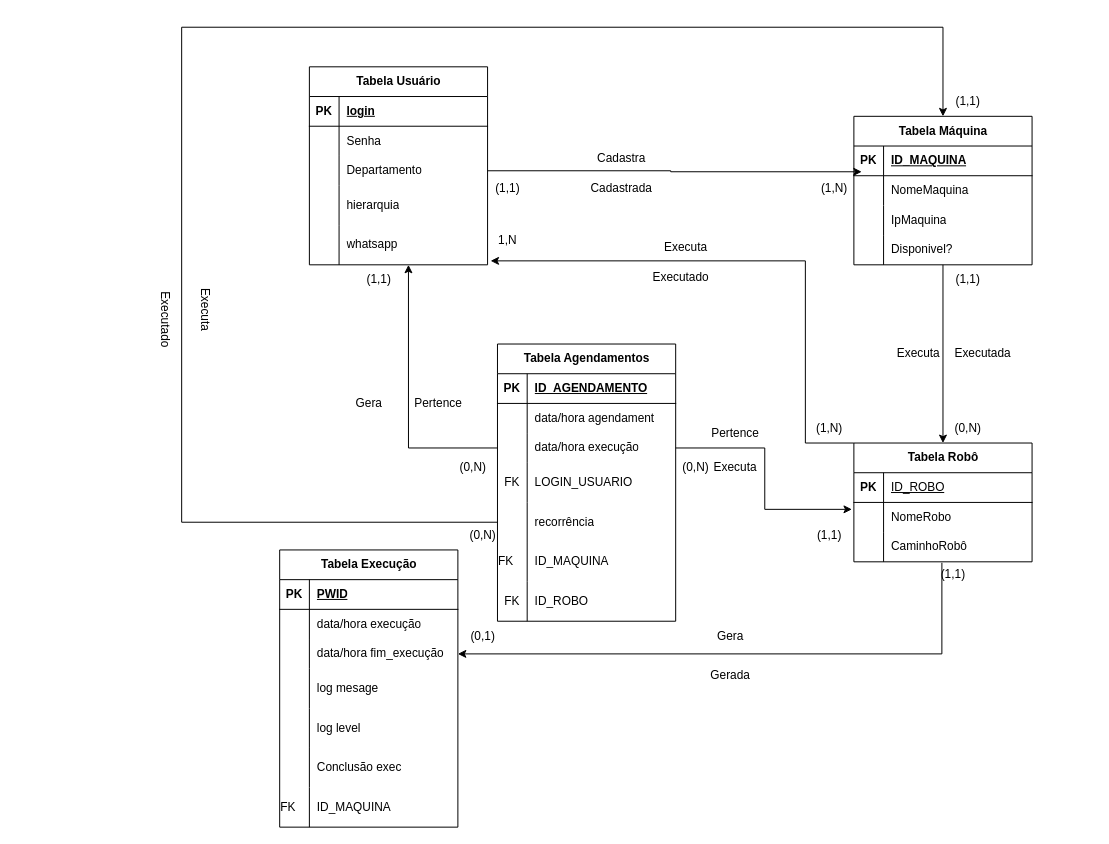
This is database/Modelo Lógico/Modelo Lógico.drawio from BrunodCreator/puppet_master, a draw.io file, before an edit. Source tidied: cells renumbered, new cells numbered last; positions are measured from the earlier drawing's top-left corner, leaving out a move shared by most shapes. Both pictures are drawn from the tidied source at 99%, with x=0, y=0 at pixel (126, 27).
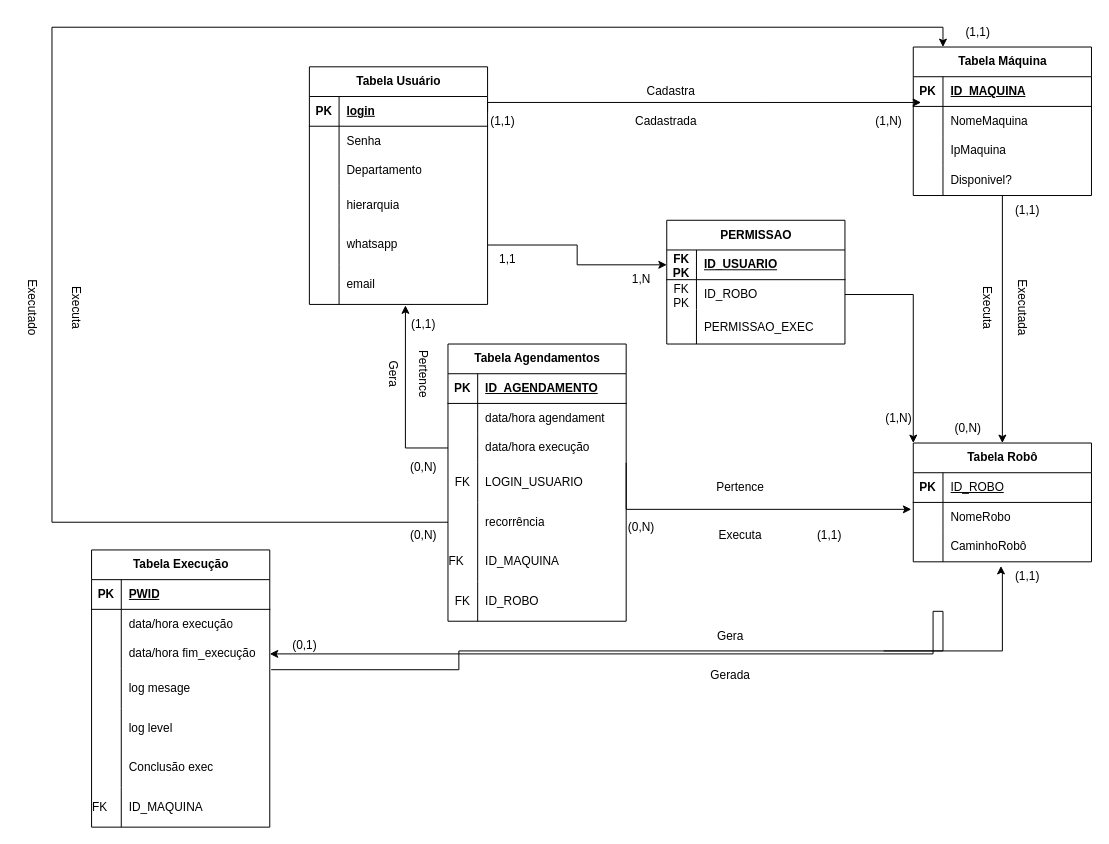
After the change.

The change refers to these unchanged cells:
```xml
<mxCell id="3" style="shape=tableRow;horizontal=0;startSize=0;swimlaneHead=0;swimlaneBody=0;fillColor=none;points=[[0,0.5],[1,0.5]];portConstraint=eastwest;top=0;left=0;right=0;bottom=1;" parent="2" vertex="1">
  <mxGeometry y="30" width="180" height="30" as="geometry" />
</mxCell>
<mxCell id="9" style="shape=tableRow;horizontal=0;startSize=0;swimlaneHead=0;swimlaneBody=0;fillColor=none;points=[[0,0.5],[1,0.5]];portConstraint=eastwest;top=0;left=0;right=0;bottom=0;" parent="2" vertex="1">
  <mxGeometry y="90" width="180" height="30" as="geometry" />
</mxCell>
<mxCell id="15" style="shape=tableRow;horizontal=0;startSize=0;swimlaneHead=0;swimlaneBody=0;fillColor=none;points=[[0,0.5],[1,0.5]];portConstraint=eastwest;top=0;left=0;right=0;bottom=0;" parent="2" vertex="1">
  <mxGeometry y="160" width="180" height="40" as="geometry" />
</mxCell>
<mxCell id="20" style="shape=tableRow;horizontal=0;startSize=0;swimlaneHead=0;swimlaneBody=0;fillColor=none;points=[[0,0.5],[1,0.5]];portConstraint=eastwest;top=0;left=0;right=0;bottom=1;" parent="19" vertex="1">
  <mxGeometry y="30" width="180" height="30" as="geometry" />
</mxCell>
<mxCell id="37" style="shape=tableRow;horizontal=0;startSize=0;swimlaneHead=0;swimlaneBody=0;fillColor=none;points=[[0,0.5],[1,0.5]];portConstraint=eastwest;top=0;left=0;right=0;bottom=0;" parent="33" vertex="1">
  <mxGeometry y="60" width="180" height="30" as="geometry" />
</mxCell>
<mxCell id="40" style="shape=tableRow;horizontal=0;startSize=0;swimlaneHead=0;swimlaneBody=0;fillColor=none;points=[[0,0.5],[1,0.5]];portConstraint=eastwest;top=0;left=0;right=0;bottom=0;" parent="33" vertex="1">
  <mxGeometry y="90" width="180" height="30" as="geometry" />
</mxCell>
<mxCell id="50" style="shape=tableRow;horizontal=0;startSize=0;swimlaneHead=0;swimlaneBody=0;fillColor=none;points=[[0,0.5],[1,0.5]];portConstraint=eastwest;top=0;left=0;right=0;bottom=0;" parent="43" vertex="1">
  <mxGeometry y="90" width="180" height="30" as="geometry" />
</mxCell>
<mxCell id="53" style="shape=tableRow;horizontal=0;startSize=0;swimlaneHead=0;swimlaneBody=0;fillColor=none;points=[[0,0.5],[1,0.5]];portConstraint=eastwest;top=0;left=0;right=0;bottom=0;" parent="43" vertex="1">
  <mxGeometry y="120" width="180" height="40" as="geometry" />
</mxCell>
<mxCell id="72" style="shape=tableRow;horizontal=0;startSize=0;swimlaneHead=0;swimlaneBody=0;fillColor=none;points=[[0,0.5],[1,0.5]];portConstraint=eastwest;top=0;left=0;right=0;bottom=0;" parent="65" vertex="1">
  <mxGeometry y="90" width="180" height="30" as="geometry" />
</mxCell>
<mxCell id="78" style="shape=tableRow;horizontal=0;startSize=0;swimlaneHead=0;swimlaneBody=0;fillColor=none;points=[[0,0.5],[1,0.5]];portConstraint=eastwest;top=0;left=0;right=0;bottom=0;" parent="65" vertex="1">
  <mxGeometry y="160" width="180" height="40" as="geometry" />
</mxCell>
```

Diff of the diagram source:
```diff
@@
     <mxCell id="2" value="Tabela Usuário" style="shape=table;startSize=30;childLayout=tableLayout;rowLines=0;fontStyle=1;align=center;html=1;" parent="1" vertex="1">
-      <mxGeometry x="185" y="40" width="180" height="200" as="geometry" />
+      <mxGeometry x="185" y="40" width="180" height="240" as="geometry" />
     </mxCell>
@@
+    <mxCell id="120" style="shape=tableRow;horizontal=0;startSize=0;swimlaneHead=0;swimlaneBody=0;fillColor=none;points=[[0,0.5],[1,0.5]];portConstraint=eastwest;top=0;left=0;right=0;bottom=0;" parent="2" vertex="1">
+      <mxGeometry y="200" width="180" height="40" as="geometry" />
+    </mxCell>
+    <mxCell id="121" style="shape=partialRectangle;fillColor=none;top=0;left=0;bottom=0;right=0;overflow=hidden;whiteSpace=wrap;html=1;" parent="120" vertex="1">
+      <mxGeometry width="30" height="40" as="geometry" />
+    </mxCell>
+    <mxCell id="122" value="email" style="shape=partialRectangle;fillColor=none;top=0;left=0;bottom=0;right=0;align=left;spacingLeft=6;overflow=hidden;whiteSpace=wrap;html=1;" parent="120" vertex="1">
+      <mxGeometry x="30" width="150" height="40" as="geometry" />
+    </mxCell>
@@
     <mxCell id="19" value="Tabela Máquina" style="shape=table;startSize=30;childLayout=tableLayout;rowLines=0;fontStyle=1;align=center;html=1;" parent="1" vertex="1">
-      <mxGeometry x="735" y="90" width="180" height="150" as="geometry" />
+      <mxGeometry x="795" y="20" width="180" height="150" as="geometry" />
     </mxCell>
@@
-    <mxCell id="32" style="edgeStyle=orthogonalEdgeStyle;rounded=0;jettySize=auto;html=1;entryX=1.017;entryY=0.9;entryDx=0;entryDy=0;entryPerimeter=0;exitX=0;exitY=0;exitDx=0;exitDy=0;" parent="1" edge="1" source="33" target="15">
-      <mxGeometry relative="1" as="geometry">
-        <Array as="points">
-          <mxPoint x="686" y="420" />
-          <mxPoint x="686" y="236" />
-        </Array>
-      </mxGeometry>
-    </mxCell>
     <mxCell id="33" value="Tabela Robô" style="shape=table;startSize=30;childLayout=tableLayout;rowLines=0;fontStyle=1;align=center;html=1;" parent="1" vertex="1">
-      <mxGeometry x="735" y="420" width="180" height="120" as="geometry" />
+      <mxGeometry x="795" y="420" width="180" height="120" as="geometry" />
     </mxCell>
@@
     <mxCell id="43" value="Tabela Execução" style="shape=table;startSize=30;childLayout=tableLayout;rowLines=0;fontStyle=1;align=center;html=1;" parent="1" vertex="1">
-      <mxGeometry x="155" y="528" width="180" height="280" as="geometry" />
+      <mxGeometry x="-35" y="528" width="180" height="280" as="geometry" />
     </mxCell>
@@
     <mxCell id="65" value="Tabela Agendamentos" style="shape=table;startSize=30;childLayout=tableLayout;rowLines=0;fontStyle=1;align=center;html=1;" parent="1" vertex="1">
-      <mxGeometry x="375" y="320" width="180" height="280" as="geometry" />
+      <mxGeometry x="325" y="320" width="180" height="280" as="geometry" />
     </mxCell>
@@
-    <mxCell id="87" style="edgeStyle=orthogonalEdgeStyle;rounded=0;jettySize=auto;html=1;exitX=1;exitY=0.5;exitDx=0;exitDy=0;entryX=0.044;entryY=0.867;entryDx=0;entryDy=0;entryPerimeter=0;" parent="1" edge="1" source="9" target="20">
-      <mxGeometry relative="1" as="geometry" />
+    <mxCell id="87" style="edgeStyle=orthogonalEdgeStyle;rounded=0;jettySize=auto;html=1;exitX=1;exitY=0.5;exitDx=0;exitDy=0;entryX=0.044;entryY=0.867;entryDx=0;entryDy=0;entryPerimeter=0;" parent="1" edge="1" source="3" target="20">
+      <mxGeometry relative="1" as="geometry">
+        <Array as="points">
+          <mxPoint x="365" y="76" />
+        </Array>
+      </mxGeometry>
     </mxCell>
     <mxCell id="88" value="Cadastra" style="text;html=1;align=center;verticalAlign=middle;strokeColor=none;fillColor=none;" parent="1" vertex="1">
-      <mxGeometry x="465" y="118" width="70" height="30" as="geometry" />
+      <mxGeometry x="515" y="50" width="70" height="30" as="geometry" />
     </mxCell>
     <mxCell id="89" value="Cadastrada" style="text;html=1;align=center;verticalAlign=middle;strokeColor=none;fillColor=none;" parent="1" vertex="1">
-      <mxGeometry x="455" y="148" width="90" height="30" as="geometry" />
+      <mxGeometry x="500" y="80" width="90" height="30" as="geometry" />
     </mxCell>
-    <mxCell id="90" value="Executa" style="text;html=1;align=center;verticalAlign=middle;strokeColor=none;fillColor=none;" parent="1" vertex="1">
-      <mxGeometry x="765" y="315" width="70" height="30" as="geometry" />
+    <mxCell id="90" value="Executa" style="text;html=1;align=center;verticalAlign=middle;strokeColor=none;fillColor=none;rotation=90;" parent="1" vertex="1">
+      <mxGeometry x="835" y="268" width="70" height="30" as="geometry" />
     </mxCell>
-    <mxCell id="91" value="Executada" style="text;html=1;align=center;verticalAlign=middle;strokeColor=none;fillColor=none;" parent="1" vertex="1">
-      <mxGeometry x="825" y="315" width="80" height="30" as="geometry" />
+    <mxCell id="91" value="Executada" style="text;html=1;align=center;verticalAlign=middle;strokeColor=none;fillColor=none;rotation=90;" parent="1" vertex="1">
+      <mxGeometry x="865" y="268" width="80" height="30" as="geometry" />
     </mxCell>
-    <mxCell id="92" style="edgeStyle=orthogonalEdgeStyle;rounded=0;jettySize=auto;html=1;entryX=1;entryY=0.5;entryDx=0;entryDy=0;exitX=0.494;exitY=1.033;exitDx=0;exitDy=0;exitPerimeter=0;" parent="1" edge="1" source="40" target="50">
-      <mxGeometry relative="1" as="geometry" />
+    <mxCell id="92" style="edgeStyle=orthogonalEdgeStyle;rounded=0;jettySize=auto;html=1;entryX=1;entryY=0.5;entryDx=0;entryDy=0;exitX=0.5;exitY=0.933;exitDx=0;exitDy=0;exitPerimeter=0;" parent="1" edge="1" target="50">
+      <mxGeometry relative="1" as="geometry">
+        <mxPoint x="765" y="630" as="sourcePoint" />
+        <Array as="points">
+          <mxPoint x="825" y="590" />
+          <mxPoint x="815" y="590" />
+          <mxPoint x="815" y="633" />
+        </Array>
+      </mxGeometry>
     </mxCell>
@@
     <mxCell id="95" value="Executa" style="text;html=1;align=center;verticalAlign=middle;strokeColor=none;fillColor=none;" parent="1" vertex="1">
-      <mxGeometry x="580" y="430" width="70" height="30" as="geometry" />
+      <mxGeometry x="585" y="498" width="70" height="30" as="geometry" />
     </mxCell>
     <mxCell id="96" value="Pertence" style="text;html=1;align=center;verticalAlign=middle;strokeColor=none;fillColor=none;" parent="1" vertex="1">
-      <mxGeometry x="580" y="395" width="70" height="30" as="geometry" />
+      <mxGeometry x="585" y="450" width="70" height="30" as="geometry" />
     </mxCell>
-    <mxCell id="97" value="Gera" style="text;html=1;align=center;verticalAlign=middle;strokeColor=none;fillColor=none;" parent="1" vertex="1">
-      <mxGeometry x="220" y="365" width="50" height="30" as="geometry" />
+    <mxCell id="97" value="Gera" style="text;html=1;align=center;verticalAlign=middle;strokeColor=none;fillColor=none;rotation=90;" parent="1" vertex="1">
+      <mxGeometry x="245" y="335" width="50" height="30" as="geometry" />
     </mxCell>
-    <mxCell id="98" value="Pertence" style="text;html=1;align=center;verticalAlign=middle;strokeColor=none;fillColor=none;" parent="1" vertex="1">
-      <mxGeometry x="280" y="365" width="70" height="30" as="geometry" />
+    <mxCell id="98" value="Pertence" style="text;html=1;align=center;verticalAlign=middle;strokeColor=none;fillColor=none;rotation=90;" parent="1" vertex="1">
+      <mxGeometry x="265" y="335" width="70" height="30" as="geometry" />
     </mxCell>
     <mxCell id="99" value="(0,N)" style="text;html=1;align=center;verticalAlign=middle;strokeColor=none;fillColor=none;" parent="1" vertex="1">
-      <mxGeometry x="325" y="430" width="50" height="30" as="geometry" />
+      <mxGeometry x="275" y="430" width="50" height="30" as="geometry" />
     </mxCell>
     <mxCell id="100" value="(1,1)" style="text;html=1;align=center;verticalAlign=middle;strokeColor=none;fillColor=none;" parent="1" vertex="1">
-      <mxGeometry x="230" y="240" width="50" height="30" as="geometry" />
+      <mxGeometry x="275" y="285" width="50" height="30" as="geometry" />
     </mxCell>
     <mxCell id="101" value="(1,N)" style="text;html=1;align=center;verticalAlign=middle;strokeColor=none;fillColor=none;" parent="1" vertex="1">
-      <mxGeometry x="690" y="148" width="50" height="30" as="geometry" />
+      <mxGeometry x="745" y="80" width="50" height="30" as="geometry" />
     </mxCell>
     <mxCell id="102" value="(1,1)" style="text;html=1;align=center;verticalAlign=middle;strokeColor=none;fillColor=none;" parent="1" vertex="1">
-      <mxGeometry x="360" y="148" width="50" height="30" as="geometry" />
+      <mxGeometry x="355" y="80" width="50" height="30" as="geometry" />
     </mxCell>
@@
     <mxCell id="104" value="(1,1)" style="text;html=1;align=center;verticalAlign=middle;strokeColor=none;fillColor=none;" parent="1" vertex="1">
-      <mxGeometry x="825" y="240" width="50" height="30" as="geometry" />
+      <mxGeometry x="885" y="170" width="50" height="30" as="geometry" />
     </mxCell>
     <mxCell id="105" value="(0,1)" style="text;html=1;align=center;verticalAlign=middle;strokeColor=none;fillColor=none;" parent="1" vertex="1">
-      <mxGeometry x="335" y="600" width="50" height="30" as="geometry" />
+      <mxGeometry x="155" y="610" width="50" height="30" as="geometry" />
     </mxCell>
     <mxCell id="106" value="(0,N)" style="text;html=1;align=center;verticalAlign=middle;strokeColor=none;fillColor=none;" parent="1" vertex="1">
-      <mxGeometry x="550" y="430" width="50" height="30" as="geometry" />
+      <mxGeometry x="495" y="490" width="50" height="30" as="geometry" />
     </mxCell>
@@
-    <mxCell id="108" value="Executa" style="text;html=1;align=center;verticalAlign=middle;strokeColor=none;fillColor=none;" parent="1" vertex="1">
-      <mxGeometry x="530" y="208" width="70" height="30" as="geometry" />
-    </mxCell>
     <mxCell id="109" value="(1,N)" style="text;html=1;align=center;verticalAlign=middle;strokeColor=none;fillColor=none;" parent="1" vertex="1">
-      <mxGeometry x="685" y="390" width="50" height="30" as="geometry" />
+      <mxGeometry x="755" y="380" width="50" height="30" as="geometry" />
     </mxCell>
-    <mxCell id="110" value="Executado" style="text;html=1;align=center;verticalAlign=middle;strokeColor=none;fillColor=none;" parent="1" vertex="1">
-      <mxGeometry x="520" y="238" width="80" height="30" as="geometry" />
-    </mxCell>
-    <mxCell id="111" value="1,N" style="text;html=1;align=center;verticalAlign=middle;strokeColor=none;fillColor=none;" parent="1" vertex="1">
-      <mxGeometry x="365" y="200" width="40" height="30" as="geometry" />
-    </mxCell>
     <mxCell id="112" value="(1,1)" style="text;html=1;align=center;verticalAlign=middle;strokeColor=none;fillColor=none;" parent="1" vertex="1">
-      <mxGeometry x="810" y="538" width="50" height="30" as="geometry" />
+      <mxGeometry x="885" y="540" width="50" height="30" as="geometry" />
     </mxCell>
-    <mxCell id="113" style="edgeStyle=orthogonalEdgeStyle;rounded=0;jettySize=auto;html=1;entryX=0.556;entryY=1;entryDx=0;entryDy=0;entryPerimeter=0;" parent="1" edge="1" source="72" target="15">
+    <mxCell id="113" style="edgeStyle=orthogonalEdgeStyle;rounded=0;jettySize=auto;html=1;entryX=0.539;entryY=1.025;entryDx=0;entryDy=0;entryPerimeter=0;" parent="1" edge="1" source="72" target="120">
       <mxGeometry relative="1" as="geometry" />
     </mxCell>
     <mxCell id="114" style="edgeStyle=orthogonalEdgeStyle;rounded=0;jettySize=auto;html=1;entryX=-0.011;entryY=0.233;entryDx=0;entryDy=0;entryPerimeter=0;" parent="1" edge="1" source="72" target="37">
-      <mxGeometry relative="1" as="geometry" />
+      <mxGeometry relative="1" as="geometry">
+        <Array as="points">
+          <mxPoint x="505" y="487" />
+        </Array>
+      </mxGeometry>
     </mxCell>
     <mxCell id="115" style="edgeStyle=orthogonalEdgeStyle;rounded=0;jettySize=auto;html=1;" parent="1" edge="1" source="78" target="19">
       <mxGeometry relative="1" as="geometry">
         <Array as="points">
-          <mxPoint x="56" y="500" />
-          <mxPoint x="56" />
+          <mxPoint x="-75" y="500" />
+          <mxPoint x="-75" />
           <mxPoint x="825" />
         </Array>
       </mxGeometry>
     </mxCell>
     <mxCell id="116" value="(1,1)" style="text;html=1;align=center;verticalAlign=middle;strokeColor=none;fillColor=none;" parent="1" vertex="1">
-      <mxGeometry x="825" y="60" width="50" height="30" as="geometry" />
+      <mxGeometry x="835" y="-10" width="50" height="30" as="geometry" />
     </mxCell>
     <mxCell id="117" value="(0,N)" style="text;html=1;align=center;verticalAlign=middle;strokeColor=none;fillColor=none;" parent="1" vertex="1">
-      <mxGeometry x="335" y="498" width="50" height="30" as="geometry" />
+      <mxGeometry x="275" y="498" width="50" height="30" as="geometry" />
     </mxCell>
     <mxCell id="118" value="Executa" style="text;html=1;align=center;verticalAlign=middle;strokeColor=none;fillColor=none;rotation=90;" parent="1" vertex="1">
-      <mxGeometry x="45" y="270" width="70" height="30" as="geometry" />
+      <mxGeometry x="-85" y="268" width="70" height="30" as="geometry" />
     </mxCell>
     <mxCell id="119" value="Executado" style="text;html=1;align=center;verticalAlign=middle;strokeColor=none;fillColor=none;rotation=90;" parent="1" vertex="1">
-      <mxGeometry y="280" width="80" height="30" as="geometry" />
+      <mxGeometry x="-135" y="268" width="80" height="30" as="geometry" />
     </mxCell>
+    <mxCell id="123" value="PERMISSAO" style="shape=table;startSize=30;childLayout=tableLayout;rowLines=0;fontStyle=1;align=center;html=1;" parent="1" vertex="1">
+      <mxGeometry x="546" y="195" width="180" height="125" as="geometry" />
+    </mxCell>
+    <mxCell id="124" style="shape=tableRow;horizontal=0;startSize=0;swimlaneHead=0;swimlaneBody=0;fillColor=none;points=[[0,0.5],[1,0.5]];portConstraint=eastwest;top=0;left=0;right=0;bottom=1;" parent="123" vertex="1">
+      <mxGeometry y="30" width="180" height="30" as="geometry" />
+    </mxCell>
+    <mxCell id="125" value="FK PK" style="shape=partialRectangle;fillColor=none;top=0;left=0;bottom=0;right=0;fontStyle=1;overflow=hidden;whiteSpace=wrap;html=1;" parent="124" vertex="1">
+      <mxGeometry width="30" height="30" as="geometry" />
+    </mxCell>
+    <mxCell id="126" value="ID_USUARIO" style="shape=partialRectangle;fillColor=none;top=0;left=0;bottom=0;right=0;align=left;spacingLeft=6;fontStyle=5;overflow=hidden;whiteSpace=wrap;html=1;" parent="124" vertex="1">
+      <mxGeometry x="30" width="150" height="30" as="geometry" />
+    </mxCell>
+    <mxCell id="127" style="shape=tableRow;horizontal=0;startSize=0;swimlaneHead=0;swimlaneBody=0;fillColor=none;points=[[0,0.5],[1,0.5]];portConstraint=eastwest;top=0;left=0;right=0;bottom=0;" parent="123" vertex="1">
+      <mxGeometry y="60" width="180" height="30" as="geometry" />
+    </mxCell>
+    <mxCell id="128" value="FK PK" style="shape=partialRectangle;fillColor=none;top=0;left=0;bottom=0;right=0;overflow=hidden;whiteSpace=wrap;html=1;" parent="127" vertex="1">
+      <mxGeometry width="30" height="30" as="geometry" />
+    </mxCell>
+    <mxCell id="129" value="ID_ROBO" style="shape=partialRectangle;fillColor=none;top=0;left=0;bottom=0;right=0;align=left;spacingLeft=6;overflow=hidden;whiteSpace=wrap;html=1;" parent="127" vertex="1">
+      <mxGeometry x="30" width="150" height="30" as="geometry" />
+    </mxCell>
+    <mxCell id="130" style="shape=tableRow;horizontal=0;startSize=0;swimlaneHead=0;swimlaneBody=0;fillColor=none;top=0;left=0;right=0;bottom=0;" parent="123" vertex="1">
+      <mxGeometry y="90" width="180" height="35" as="geometry" />
+    </mxCell>
+    <mxCell id="131" style="shape=partialRectangle;fillColor=none;top=0;left=0;bottom=0;right=0;overflow=hidden;whiteSpace=wrap;html=1;" parent="130" vertex="1">
+      <mxGeometry width="30" height="35" as="geometry" />
+    </mxCell>
+    <mxCell id="132" value="PERMISSAO_EXEC" style="shape=partialRectangle;fillColor=none;top=0;left=0;bottom=0;right=0;align=left;spacingLeft=6;overflow=hidden;whiteSpace=wrap;html=1;" parent="130" vertex="1">
+      <mxGeometry x="30" width="150" height="35" as="geometry" />
+    </mxCell>
+    <mxCell id="133" style="edgeStyle=orthogonalEdgeStyle;rounded=0;jettySize=auto;html=1;exitX=1.008;exitY=0.024;exitDx=0;exitDy=0;exitPerimeter=0;entryX=0.492;entryY=1.141;entryDx=0;entryDy=0;entryPerimeter=0;" parent="1" edge="1" source="53" target="40">
+      <mxGeometry relative="1" as="geometry">
+        <Array as="points">
+          <mxPoint x="336" y="649" />
+          <mxPoint x="336" y="630" />
+          <mxPoint x="885" y="630" />
+          <mxPoint x="885" y="550" />
+          <mxPoint x="884" y="550" />
+        </Array>
+      </mxGeometry>
+    </mxCell>
+    <mxCell id="134" style="edgeStyle=orthogonalEdgeStyle;rounded=0;jettySize=auto;html=1;entryX=0;entryY=0.5;entryDx=0;entryDy=0;" parent="1" edge="1" source="15" target="124">
+      <mxGeometry relative="1" as="geometry" />
+    </mxCell>
+    <mxCell id="111" value="1,N" style="text;html=1;align=center;verticalAlign=middle;strokeColor=none;fillColor=none;" parent="1" vertex="1">
+      <mxGeometry x="500" y="240" width="40" height="30" as="geometry" />
+    </mxCell>
+    <mxCell id="135" value="1,1" style="text;html=1;align=center;verticalAlign=middle;strokeColor=none;fillColor=none;" parent="1" vertex="1">
+      <mxGeometry x="365" y="220" width="40" height="30" as="geometry" />
+    </mxCell>
+    <mxCell id="136" style="edgeStyle=orthogonalEdgeStyle;rounded=0;jettySize=auto;html=1;entryX=0;entryY=0;entryDx=0;entryDy=0;" parent="1" edge="1" source="127" target="33">
+      <mxGeometry relative="1" as="geometry" />
+    </mxCell>
```
